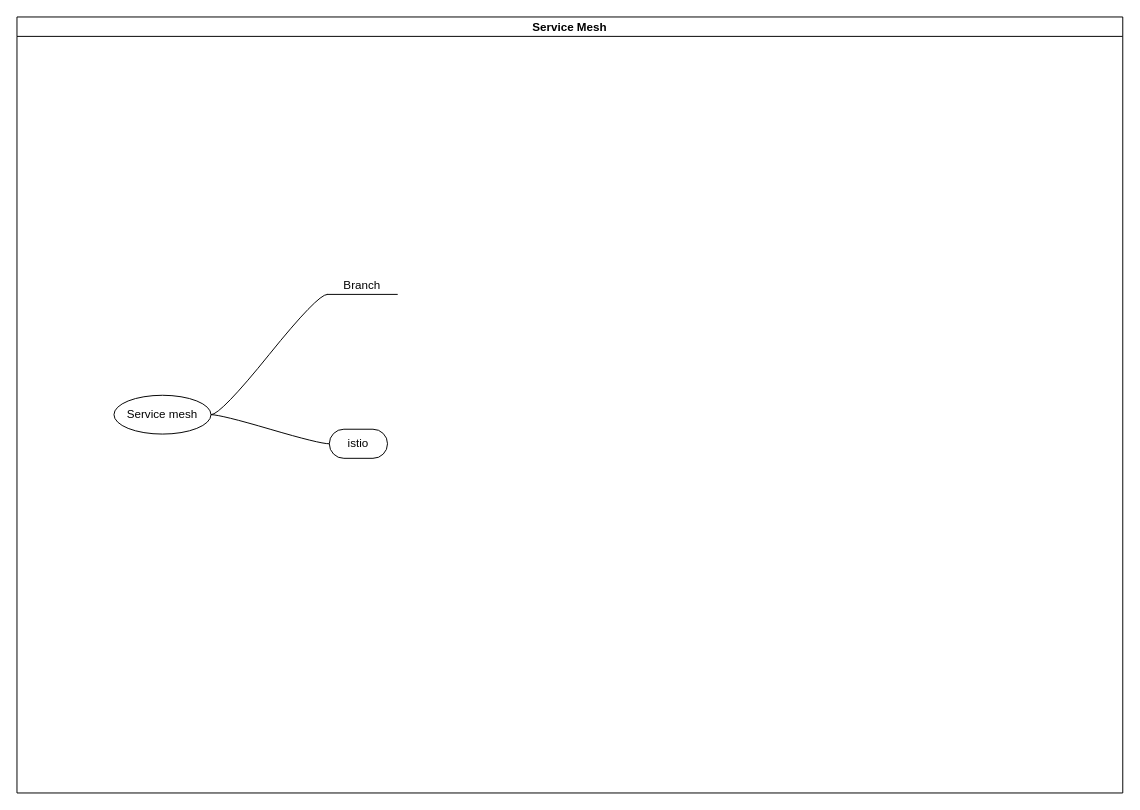
The draw.io diagram page "Service mesh" (3 of 4) of be-framework/micro-service.drawio in NiLinli/learn-web, before the edit. Source tidied: cells renumbered, new cells numbered last; positions are measured from the earlier drawing's top-left corner, leaving out a move shared by most shapes. Both pictures are drawn from the tidied source at 97%, with x=0, y=0 at pixel (16, 16).
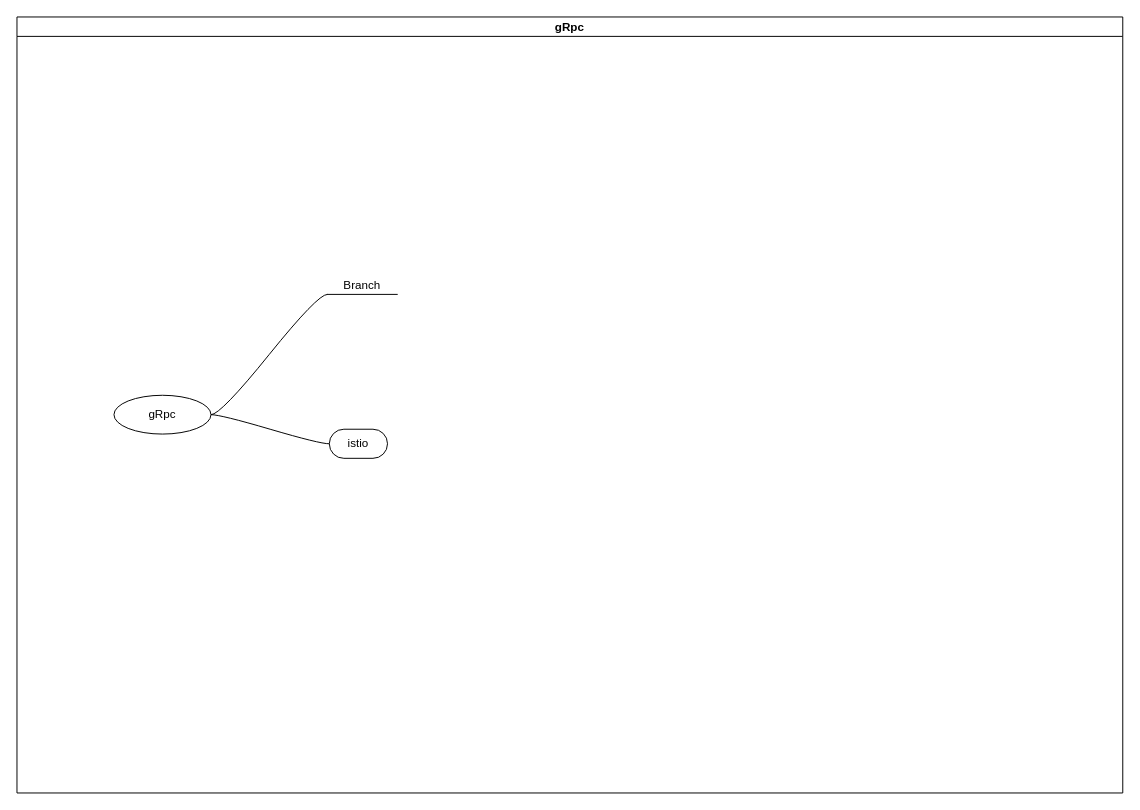
After the change.

What changed in the source:
```diff
@@
 <mxGraphModel>
   <root>
     <mxCell id="0" />
     <mxCell id="1" parent="0" />
-    <mxCell id="2" value="Service Mesh" style="swimlane;startSize=20;horizontal=1;containerType=tree;" parent="1" vertex="1">
+    <mxCell id="2" value="gRpc" style="swimlane;startSize=20;horizontal=1;containerType=tree;" parent="1" vertex="1">
       <mxGeometry width="1140" height="800" as="geometry" />
     </mxCell>
     <mxCell id="3" style="edgeStyle=entityRelationEdgeStyle;startArrow=none;endArrow=none;segment=10;curved=1;rounded=0;" parent="2" edge="1" source="5" target="6">
       <mxGeometry relative="1" as="geometry" />
     </mxCell>
     <mxCell id="4" style="edgeStyle=entityRelationEdgeStyle;startArrow=none;endArrow=none;segment=10;curved=1;rounded=0;" parent="2" edge="1" source="5" target="7">
       <mxGeometry relative="1" as="geometry" />
     </mxCell>
-    <mxCell id="5" value="Service mesh" style="ellipse;whiteSpace=wrap;html=1;align=center;newEdgeStyle={&quot;edgeStyle&quot;:&quot;entityRelationEdgeStyle&quot;,&quot;startArrow&quot;:&quot;none&quot;,&quot;endArrow&quot;:&quot;none&quot;,&quot;segment&quot;:10,&quot;curved&quot;:1};" parent="2" vertex="1">
+    <mxCell id="5" value="gRpc" style="ellipse;whiteSpace=wrap;html=1;align=center;newEdgeStyle={&quot;edgeStyle&quot;:&quot;entityRelationEdgeStyle&quot;,&quot;startArrow&quot;:&quot;none&quot;,&quot;endArrow&quot;:&quot;none&quot;,&quot;segment&quot;:10,&quot;curved&quot;:1};" parent="2" vertex="1">
       <mxGeometry x="100" y="390" width="100" height="40" as="geometry" />
     </mxCell>
     <mxCell id="6" value="istio" style="whiteSpace=wrap;html=1;rounded=1;arcSize=50;align=center;verticalAlign=middle;strokeWidth=1;spacing=4;newEdgeStyle={&quot;edgeStyle&quot;:&quot;entityRelationEdgeStyle&quot;,&quot;startArrow&quot;:&quot;none&quot;,&quot;endArrow&quot;:&quot;none&quot;,&quot;segment&quot;:10,&quot;curved&quot;:1};" parent="2" vertex="1">
       <mxGeometry x="322" y="425" width="60" height="30" as="geometry" />
     </mxCell>
     <mxCell id="7" value="Branch" style="whiteSpace=wrap;html=1;shape=partialRectangle;top=0;left=0;bottom=1;right=0;points=[[0,1],[1,1]];fillColor=none;align=center;verticalAlign=bottom;routingCenterY=0.5;snapToPoint=1;newEdgeStyle={&quot;edgeStyle&quot;:&quot;entityRelationEdgeStyle&quot;,&quot;startArrow&quot;:&quot;none&quot;,&quot;endArrow&quot;:&quot;none&quot;,&quot;segment&quot;:10,&quot;curved&quot;:1};" parent="2" vertex="1">
       <mxGeometry x="320" y="260" width="72" height="26" as="geometry" />
     </mxCell>
   </root>
 </mxGraphModel>
```
